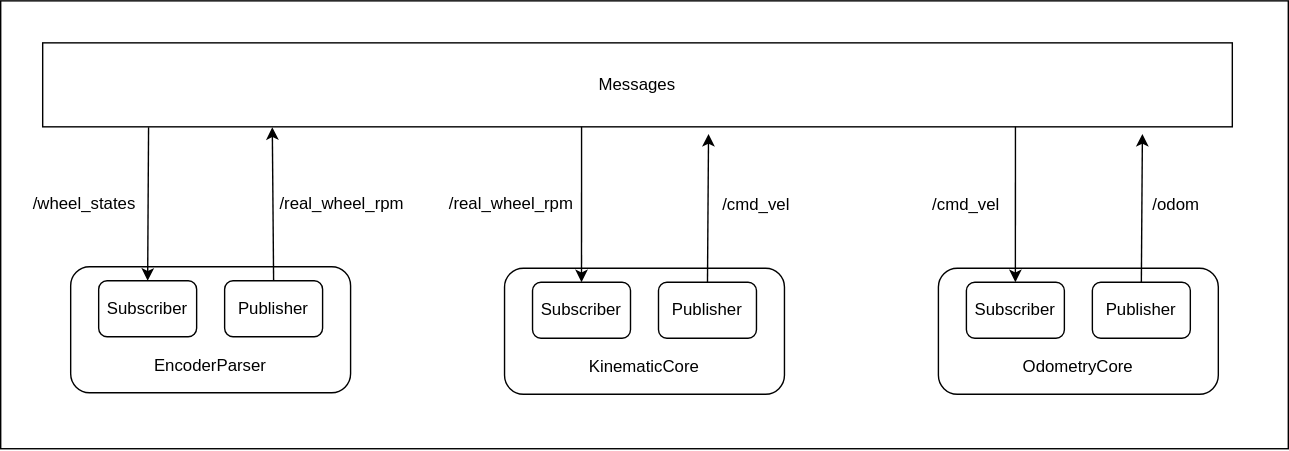
Before: BlockDiagram.drawio.svg, a diagram exported from draw.io (FlavioRenzi/RoboticsProject). Source tidied: cells renumbered, new cells last; positions are measured from the earlier drawing's top-left corner, leaving out a move shared by most shapes.
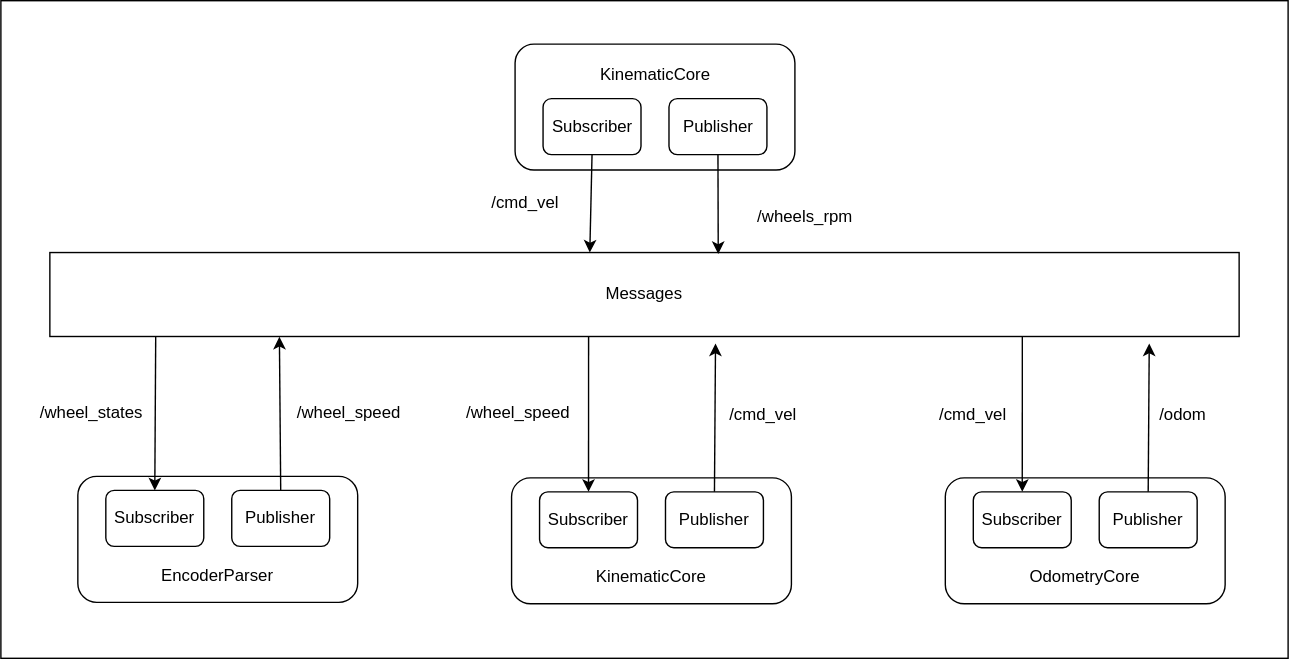
Later version of the same file.

The edit, as a diff of the source:
```diff
@@ -3,7 +3,7 @@
     <mxCell id="0" />
     <mxCell id="1" parent="0" />
     <mxCell id="2" style="rounded=0;whiteSpace=wrap;html=1;" parent="1" vertex="1">
-      <mxGeometry width="920" height="320" as="geometry" />
+      <mxGeometry x="-5" y="-150" width="920" height="470" as="geometry" />
     </mxCell>
     <mxCell id="3" value="Messages" style="rounded=0;whiteSpace=wrap;html=1;" parent="1" vertex="1">
       <mxGeometry x="30" y="30" width="850" height="60" as="geometry" />
@@ -29,7 +29,7 @@
     <mxCell id="10" style="endArrow=classic;html=1;rounded=0;entryX=0.193;entryY=1.004;entryDx=0;entryDy=0;exitX=0.5;exitY=0;exitDx=0;exitDy=0;entryPerimeter=0;" parent="1" edge="1" source="6" target="3">
       <mxGeometry relative="1" as="geometry" />
     </mxCell>
-    <mxCell id="11" value="/real_wheel_rpm" style="text;html=1;strokeColor=none;fillColor=none;align=center;verticalAlign=middle;whiteSpace=wrap;rounded=0;" parent="1" vertex="1">
+    <mxCell id="11" value="/wheel_speed" style="text;html=1;strokeColor=none;fillColor=none;align=center;verticalAlign=middle;whiteSpace=wrap;rounded=0;" parent="1" vertex="1">
       <mxGeometry x="214" y="130" width="60" height="30" as="geometry" />
     </mxCell>
     <mxCell id="12" value="/wheel_states" style="text;html=1;strokeColor=none;fillColor=none;align=center;verticalAlign=middle;whiteSpace=wrap;rounded=0;" parent="1" vertex="1">
@@ -63,7 +63,7 @@
     <mxCell id="20" value="/cmd_vel" style="text;html=1;strokeColor=none;fillColor=none;align=center;verticalAlign=middle;whiteSpace=wrap;rounded=0;" parent="1" vertex="1">
       <mxGeometry x="510" y="131" width="60" height="30" as="geometry" />
     </mxCell>
-    <mxCell id="21" value="/real_wheel_rpm" style="text;html=1;strokeColor=none;fillColor=none;align=center;verticalAlign=middle;whiteSpace=wrap;rounded=0;" parent="1" vertex="1">
+    <mxCell id="21" value="/wheel_speed" style="text;html=1;strokeColor=none;fillColor=none;align=center;verticalAlign=middle;whiteSpace=wrap;rounded=0;" parent="1" vertex="1">
       <mxGeometry x="335" y="130" width="60" height="30" as="geometry" />
     </mxCell>
     <mxCell id="22" style="group;" parent="1" vertex="1">
@@ -97,5 +97,32 @@
     <mxCell id="30" value="/cmd_vel" style="text;html=1;strokeColor=none;fillColor=none;align=center;verticalAlign=middle;whiteSpace=wrap;rounded=0;" parent="1" vertex="1">
       <mxGeometry x="660" y="131" width="60" height="30" as="geometry" />
     </mxCell>
+    <mxCell id="31" style="group;" parent="1" vertex="1">
+      <mxGeometry x="362.5" y="-119" width="200" height="90" as="geometry" />
+    </mxCell>
+    <mxCell id="32" style="rounded=1;whiteSpace=wrap;html=1;" parent="31" vertex="1">
+      <mxGeometry width="200" height="90" as="geometry" />
+    </mxCell>
+    <mxCell id="33" value="Publisher" style="rounded=1;whiteSpace=wrap;html=1;" parent="31" vertex="1">
+      <mxGeometry x="110" y="39" width="70" height="40" as="geometry" />
+    </mxCell>
+    <mxCell id="34" value="Subscriber" style="rounded=1;whiteSpace=wrap;html=1;" parent="31" vertex="1">
+      <mxGeometry x="20" y="39" width="70" height="40" as="geometry" />
+    </mxCell>
+    <mxCell id="35" value="KinematicCore" style="text;html=1;strokeColor=none;fillColor=none;align=center;verticalAlign=middle;whiteSpace=wrap;rounded=0;" parent="31" vertex="1">
+      <mxGeometry y="7" width="200" height="30" as="geometry" />
+    </mxCell>
+    <mxCell id="36" style="endArrow=classic;html=1;rounded=0;entryX=0.454;entryY=0;entryDx=0;entryDy=0;exitX=0.5;exitY=1;exitDx=0;exitDy=0;entryPerimeter=0;" parent="1" edge="1" source="34" target="3">
+      <mxGeometry relative="1" as="geometry" />
+    </mxCell>
+    <mxCell id="37" style="endArrow=classic;html=1;rounded=0;exitX=0.5;exitY=1;exitDx=0;exitDy=0;entryX=0.562;entryY=0.017;entryDx=0;entryDy=0;entryPerimeter=0;" parent="1" edge="1" source="33" target="3">
+      <mxGeometry relative="1" as="geometry" />
+    </mxCell>
+    <mxCell id="38" value="/cmd_vel" style="text;html=1;strokeColor=none;fillColor=none;align=center;verticalAlign=middle;whiteSpace=wrap;rounded=0;" parent="1" vertex="1">
+      <mxGeometry x="340" y="-20" width="60" height="30" as="geometry" />
+    </mxCell>
+    <mxCell id="39" value="/wheels_rpm" style="text;html=1;strokeColor=none;fillColor=none;align=center;verticalAlign=middle;whiteSpace=wrap;rounded=0;" parent="1" vertex="1">
+      <mxGeometry x="540" y="-10" width="60" height="30" as="geometry" />
+    </mxCell>
   </root>
 </mxGraphModel>
```
